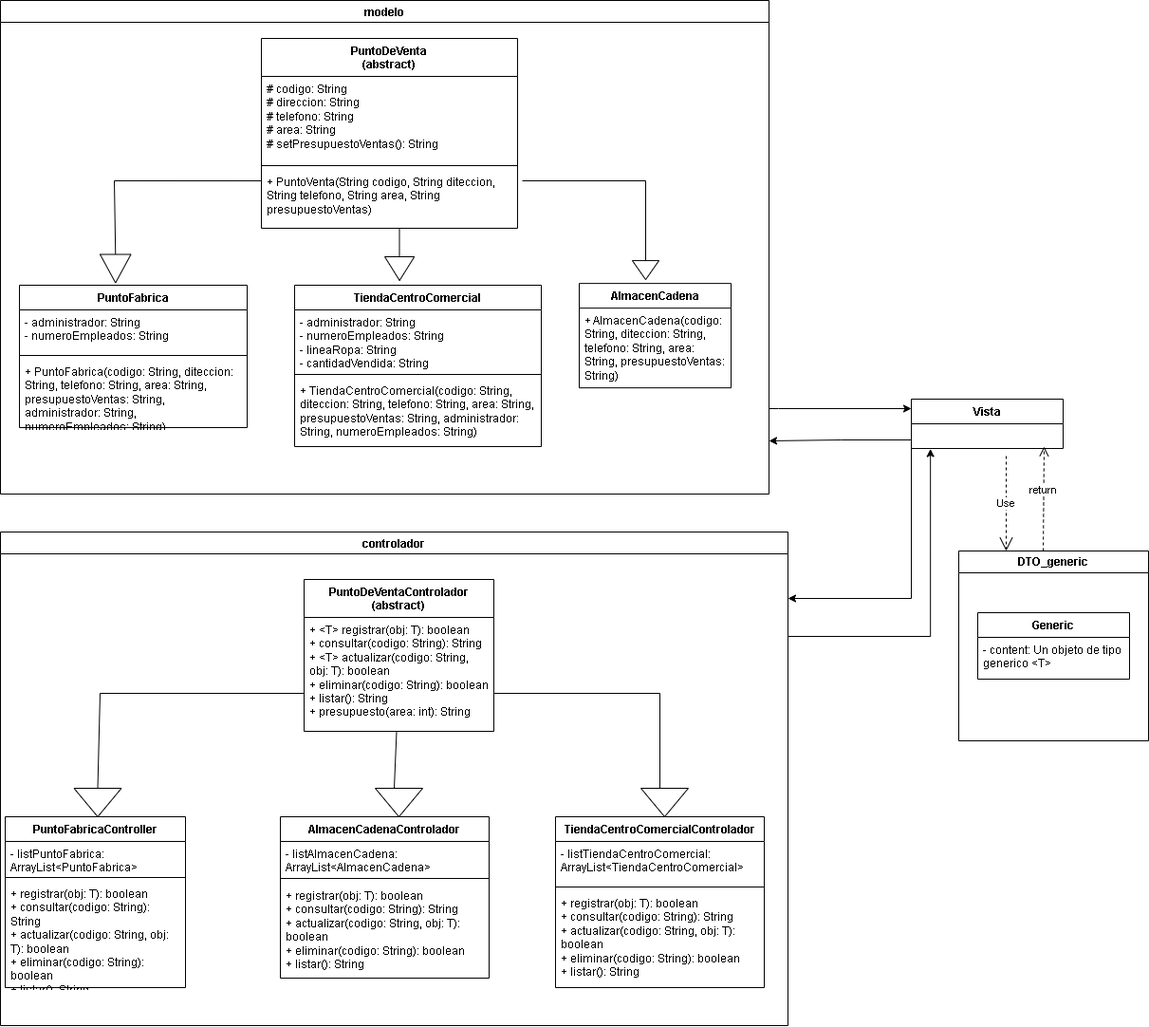
The draw.io diagram TallerFinalPunto3.drawio.png in AngelDavidGutierrez/TallerFinalPunto3, before a commit. Source tidied: cells renumbered, new cells last; positions are measured from the earlier drawing's top-left corner, leaving out a move shared by most shapes. Source of this version:
```xml
<mxGraphModel>
  <root>
    <mxCell id="0" />
    <mxCell id="1" parent="0" />
    <mxCell id="2" value="TiendaCentroComercial" style="swimlane;fontStyle=1;align=center;verticalAlign=top;horizontal=1;startSize=26;whiteSpace=wrap;html=1;" parent="1" vertex="1">
      <mxGeometry x="310" y="300" width="260" height="170" as="geometry" />
    </mxCell>
    <mxCell id="3" value="&lt;div&gt;- administrador: String&lt;/div&gt;&lt;div&gt;- numeroEmpleados: String&lt;/div&gt;&lt;div&gt;-&amp;nbsp;lineaRopa: String&lt;/div&gt;&lt;div&gt;-&amp;nbsp;cantidadVendida: String&lt;/div&gt;" style="text;strokeColor=none;fillColor=none;align=left;verticalAlign=top;spacingLeft=4;spacingRight=4;overflow=hidden;whiteSpace=wrap;html=1;" parent="2" vertex="1">
      <mxGeometry y="26" width="260" height="64" as="geometry" />
    </mxCell>
    <mxCell id="4" style="line;strokeWidth=1;fillColor=none;align=left;verticalAlign=middle;spacingTop=-1;spacingLeft=3;spacingRight=3;labelPosition=right;strokeColor=inherit;" parent="2" vertex="1">
      <mxGeometry y="90" width="260" height="8" as="geometry" />
    </mxCell>
    <mxCell id="5" value="&lt;div&gt;+&amp;nbsp;TiendaCentroComercial(codigo: String, diteccion: String, telefono: String, area: String, presupuestoVentas: String, administrador: String, numeroEmpleados: String)&lt;/div&gt;" style="text;strokeColor=none;fillColor=none;align=left;verticalAlign=top;spacingLeft=4;spacingRight=4;overflow=hidden;whiteSpace=wrap;html=1;" parent="2" vertex="1">
      <mxGeometry y="98" width="260" height="72" as="geometry" />
    </mxCell>
    <mxCell id="6" value="PuntoDeVenta&lt;div&gt;(abstract)&lt;/div&gt;" style="swimlane;fontStyle=1;align=center;verticalAlign=top;horizontal=1;startSize=40;whiteSpace=wrap;html=1;" parent="1" vertex="1">
      <mxGeometry x="275" y="40" width="270" height="200" as="geometry" />
    </mxCell>
    <mxCell id="7" value="# codigo: String&lt;div&gt;# direccion: String&lt;/div&gt;&lt;div&gt;# telefono: String&lt;/div&gt;&lt;div&gt;# area: String&lt;/div&gt;&lt;div&gt;# setPresupuestoVentas(): String&lt;/div&gt;" style="text;strokeColor=none;fillColor=none;align=left;verticalAlign=top;spacingLeft=4;spacingRight=4;overflow=hidden;whiteSpace=wrap;html=1;" parent="6" vertex="1">
      <mxGeometry y="40" width="270" height="90" as="geometry" />
    </mxCell>
    <mxCell id="8" style="line;strokeWidth=1;fillColor=none;align=left;verticalAlign=middle;spacingTop=-1;spacingLeft=3;spacingRight=3;labelPosition=right;strokeColor=inherit;" parent="6" vertex="1">
      <mxGeometry y="130" width="270" height="8" as="geometry" />
    </mxCell>
    <mxCell id="9" value="+ PuntoVenta(String codigo, String diteccion, String telefono, String area, String presupuestoVentas)" style="text;strokeColor=none;fillColor=none;align=left;verticalAlign=top;spacingLeft=4;spacingRight=4;overflow=hidden;points=[[0,0.5],[1,0.5]];portConstraint=eastwest;whiteSpace=wrap;html=1;" parent="6" vertex="1">
      <mxGeometry y="138" width="270" height="62" as="geometry" />
    </mxCell>
    <mxCell id="10" value="PuntoFabrica" style="swimlane;fontStyle=1;align=center;verticalAlign=top;horizontal=1;startSize=26;whiteSpace=wrap;html=1;" parent="1" vertex="1">
      <mxGeometry x="20" y="300" width="240" height="150" as="geometry" />
    </mxCell>
    <mxCell id="11" value="-&amp;nbsp;administrador: String&lt;div&gt;-&amp;nbsp;numeroEmpleados: String&lt;/div&gt;" style="text;strokeColor=none;fillColor=none;align=left;verticalAlign=top;spacingLeft=4;spacingRight=4;overflow=hidden;whiteSpace=wrap;html=1;" parent="10" vertex="1">
      <mxGeometry y="26" width="240" height="44" as="geometry" />
    </mxCell>
    <mxCell id="12" style="line;strokeWidth=1;fillColor=none;align=left;verticalAlign=middle;spacingTop=-1;spacingLeft=3;spacingRight=3;labelPosition=right;strokeColor=inherit;" parent="10" vertex="1">
      <mxGeometry y="70" width="240" height="8" as="geometry" />
    </mxCell>
    <mxCell id="13" value="&lt;div&gt;+&amp;nbsp;PuntoFabrica(codigo: String, diteccion: String, telefono: String, area: String, presupuestoVentas: String, administrador: String, numeroEmpleados: String)&lt;/div&gt;" style="text;strokeColor=none;fillColor=none;align=left;verticalAlign=top;spacingLeft=4;spacingRight=4;overflow=hidden;whiteSpace=wrap;html=1;" parent="10" vertex="1">
      <mxGeometry y="78" width="240" height="72" as="geometry" />
    </mxCell>
    <mxCell id="14" value="AlmacenCadenaControlador" style="swimlane;fontStyle=1;align=center;verticalAlign=top;horizontal=1;startSize=26;whiteSpace=wrap;html=1;" parent="1" vertex="1">
      <mxGeometry x="295" y="860" width="220" height="170" as="geometry" />
    </mxCell>
    <mxCell id="15" value="-&amp;nbsp;listAlmacenCadena: ArrayList&amp;lt;AlmacenCadena&amp;gt;" style="text;strokeColor=none;fillColor=none;align=left;verticalAlign=top;spacingLeft=4;spacingRight=4;overflow=hidden;whiteSpace=wrap;html=1;" parent="14" vertex="1">
      <mxGeometry y="26" width="220" height="34" as="geometry" />
    </mxCell>
    <mxCell id="16" style="line;strokeWidth=1;fillColor=none;align=left;verticalAlign=middle;spacingTop=-1;spacingLeft=3;spacingRight=3;labelPosition=right;strokeColor=inherit;" parent="14" vertex="1">
      <mxGeometry y="60" width="220" height="10" as="geometry" />
    </mxCell>
    <mxCell id="17" value="+&amp;nbsp;registrar(obj: T): boolean&lt;div&gt;+&amp;nbsp;consultar(codigo: String): String&lt;/div&gt;&lt;div&gt;+&amp;nbsp;actualizar(codigo: String, obj: T): boolean&lt;/div&gt;&lt;div&gt;+&amp;nbsp;eliminar(codigo: String): boolean&lt;/div&gt;&lt;div&gt;+&amp;nbsp;listar(): String&lt;/div&gt;" style="text;strokeColor=none;fillColor=none;align=left;verticalAlign=top;spacingLeft=4;spacingRight=4;overflow=hidden;whiteSpace=wrap;html=1;" parent="14" vertex="1">
      <mxGeometry y="70" width="220" height="100" as="geometry" />
    </mxCell>
    <mxCell id="18" value="TiendaCentroComercialControlador" style="swimlane;fontStyle=1;align=center;verticalAlign=top;horizontal=1;startSize=26;whiteSpace=wrap;html=1;" parent="1" vertex="1">
      <mxGeometry x="585" y="860" width="220" height="180" as="geometry" />
    </mxCell>
    <mxCell id="19" value="-&amp;nbsp;listTiendaCentroComercial: ArrayList&amp;lt;TiendaCentroComercial&amp;gt;" style="text;strokeColor=none;fillColor=none;align=left;verticalAlign=top;spacingLeft=4;spacingRight=4;overflow=hidden;whiteSpace=wrap;html=1;" parent="18" vertex="1">
      <mxGeometry y="26" width="220" height="44" as="geometry" />
    </mxCell>
    <mxCell id="20" style="line;strokeWidth=1;fillColor=none;align=left;verticalAlign=middle;spacingTop=-1;spacingLeft=3;spacingRight=3;labelPosition=right;strokeColor=inherit;" parent="18" vertex="1">
      <mxGeometry y="70" width="220" height="8" as="geometry" />
    </mxCell>
    <mxCell id="21" value="+&amp;nbsp;registrar(obj: T): boolean&lt;div&gt;+&amp;nbsp;consultar(codigo: String): String&lt;/div&gt;&lt;div&gt;+&amp;nbsp;actualizar(codigo: String, obj: T): boolean&lt;/div&gt;&lt;div&gt;+&amp;nbsp;eliminar(codigo: String): boolean&lt;/div&gt;&lt;div&gt;+&amp;nbsp;listar(): String&lt;/div&gt;" style="text;strokeColor=none;fillColor=none;align=left;verticalAlign=top;spacingLeft=4;spacingRight=4;overflow=hidden;whiteSpace=wrap;html=1;" parent="18" vertex="1">
      <mxGeometry y="78" width="220" height="102" as="geometry" />
    </mxCell>
    <mxCell id="22" value="PuntoFabricaController" style="swimlane;fontStyle=1;align=center;verticalAlign=top;horizontal=1;startSize=26;whiteSpace=wrap;html=1;" parent="1" vertex="1">
      <mxGeometry x="5" y="860" width="190" height="180" as="geometry" />
    </mxCell>
    <mxCell id="23" value="-&amp;nbsp;listPuntoFabrica: ArrayList&amp;lt;PuntoFabrica&amp;gt;" style="text;strokeColor=none;fillColor=none;align=left;verticalAlign=top;spacingLeft=4;spacingRight=4;overflow=hidden;whiteSpace=wrap;html=1;" parent="22" vertex="1">
      <mxGeometry y="26" width="190" height="34" as="geometry" />
    </mxCell>
    <mxCell id="24" style="line;strokeWidth=1;fillColor=none;align=left;verticalAlign=middle;spacingTop=-1;spacingLeft=3;spacingRight=3;labelPosition=right;strokeColor=inherit;" parent="22" vertex="1">
      <mxGeometry y="60" width="190" height="8" as="geometry" />
    </mxCell>
    <mxCell id="25" value="+&amp;nbsp;registrar(obj: T): boolean&lt;div&gt;+&amp;nbsp;consultar(codigo: String): String&lt;/div&gt;&lt;div&gt;+&amp;nbsp;actualizar(codigo: String, obj: T): boolean&lt;/div&gt;&lt;div&gt;+&amp;nbsp;eliminar(codigo: String): boolean&lt;/div&gt;&lt;div&gt;+&amp;nbsp;listar(): String&lt;/div&gt;" style="text;strokeColor=none;fillColor=none;align=left;verticalAlign=top;spacingLeft=4;spacingRight=4;overflow=hidden;whiteSpace=wrap;html=1;" parent="22" vertex="1">
      <mxGeometry y="68" width="190" height="112" as="geometry" />
    </mxCell>
    <mxCell id="26" value="modelo" style="swimlane;" parent="1" vertex="1">
      <mxGeometry width="810" height="520" as="geometry" />
    </mxCell>
    <mxCell id="27" style="triangle;whiteSpace=wrap;html=1;rotation=90;" parent="26" vertex="1">
      <mxGeometry x="408.1" y="266.9" width="25" height="31.2" as="geometry" />
    </mxCell>
    <mxCell id="28" style="endArrow=none;html=1;rounded=0;" parent="26" edge="1">
      <mxGeometry relative="1" as="geometry">
        <mxPoint x="420.5" y="270" as="sourcePoint" />
        <mxPoint x="420.5" y="240" as="targetPoint" />
      </mxGeometry>
    </mxCell>
    <mxCell id="29" style="triangle;whiteSpace=wrap;html=1;rotation=90;" parent="26" vertex="1">
      <mxGeometry x="670" y="270" width="20" height="28.1" as="geometry" />
    </mxCell>
    <mxCell id="30" value="AlmacenCadena" style="swimlane;fontStyle=1;align=center;verticalAlign=top;horizontal=1;startSize=26;whiteSpace=wrap;html=1;" parent="26" vertex="1">
      <mxGeometry x="610" y="298.1" width="160" height="110" as="geometry" />
    </mxCell>
    <mxCell id="31" value="+&amp;nbsp;AlmacenCadena(codigo: String, diteccion: String, telefono: String, area: String, presupuestoVentas: String)&amp;nbsp;" style="text;strokeColor=none;fillColor=none;align=left;verticalAlign=top;spacingLeft=4;spacingRight=4;overflow=hidden;whiteSpace=wrap;html=1;" parent="30" vertex="1">
      <mxGeometry y="26" width="160" height="84" as="geometry" />
    </mxCell>
    <mxCell id="32" style="triangle;whiteSpace=wrap;html=1;rotation=90;" parent="26" vertex="1">
      <mxGeometry x="106.3" y="266.3" width="30" height="32.5" as="geometry" />
    </mxCell>
    <mxCell id="33" style="edgeStyle=orthogonalEdgeStyle;rounded=0;orthogonalLoop=1;jettySize=auto;html=1;entryX=0.126;entryY=1.019;entryDx=0;entryDy=0;entryPerimeter=0;" parent="1" edge="1">
      <mxGeometry relative="1" as="geometry">
        <mxPoint x="830" y="670" as="sourcePoint" />
        <mxPoint x="980.2" y="472.5" as="targetPoint" />
        <Array as="points">
          <mxPoint x="980" y="670" />
        </Array>
      </mxGeometry>
    </mxCell>
    <mxCell id="34" value="controlador" style="swimlane;" parent="1" vertex="1">
      <mxGeometry y="560" width="830" height="520" as="geometry" />
    </mxCell>
    <mxCell id="35" style="endArrow=none;html=1;rounded=0;exitX=0;exitY=0.5;exitDx=0;exitDy=0;" parent="34" edge="1" source="36">
      <mxGeometry relative="1" as="geometry">
        <mxPoint x="320" y="170" as="targetPoint" />
        <Array as="points">
          <mxPoint x="105" y="170" />
        </Array>
      </mxGeometry>
    </mxCell>
    <mxCell id="36" style="triangle;whiteSpace=wrap;html=1;rotation=90;" parent="34" vertex="1">
      <mxGeometry x="87.5" y="260" width="30" height="50" as="geometry" />
    </mxCell>
    <mxCell id="37" value="PuntoDeVentaControlador&lt;div&gt;(abstract)&lt;/div&gt;" style="swimlane;fontStyle=1;align=center;verticalAlign=top;horizontal=1;startSize=40;whiteSpace=wrap;html=1;" parent="34" vertex="1">
      <mxGeometry x="320" y="50" width="200" height="160" as="geometry" />
    </mxCell>
    <mxCell id="38" value="+ &amp;lt;T&amp;gt; registrar(obj: T): boolean&lt;div&gt;+ consultar(codigo: String): String&lt;/div&gt;&lt;div&gt;+ &amp;lt;T&amp;gt; actualizar(codigo: String, obj: T): boolean&lt;/div&gt;&lt;div&gt;+&amp;nbsp;eliminar(codigo: String): boolean&lt;/div&gt;&lt;div&gt;+&amp;nbsp;listar(): String&lt;/div&gt;&lt;div&gt;+&amp;nbsp;presupuesto(area: int): String&lt;/div&gt;" style="text;strokeColor=none;fillColor=none;align=left;verticalAlign=top;spacingLeft=4;spacingRight=4;overflow=hidden;points=[[0,0.5],[1,0.5]];portConstraint=eastwest;whiteSpace=wrap;html=1;" parent="37" vertex="1">
      <mxGeometry y="40" width="200" height="120" as="geometry" />
    </mxCell>
    <mxCell id="39" style="triangle;whiteSpace=wrap;html=1;rotation=90;" parent="34" vertex="1">
      <mxGeometry x="685" y="260" width="30" height="50" as="geometry" />
    </mxCell>
    <mxCell id="40" style="triangle;whiteSpace=wrap;html=1;rotation=90;" parent="34" vertex="1">
      <mxGeometry x="405" y="260" width="30" height="50" as="geometry" />
    </mxCell>
    <mxCell id="41" style="endArrow=none;html=1;rounded=0;exitX=0;exitY=0.5;exitDx=0;exitDy=0;" parent="1" edge="1" source="29">
      <mxGeometry relative="1" as="geometry">
        <mxPoint x="550" y="190" as="targetPoint" />
        <Array as="points">
          <mxPoint x="680" y="190" />
        </Array>
      </mxGeometry>
    </mxCell>
    <mxCell id="42" style="endArrow=none;html=1;rounded=0;entryX=-0.001;entryY=0.194;entryDx=0;entryDy=0;entryPerimeter=0;exitX=0;exitY=0.5;exitDx=0;exitDy=0;" parent="1" edge="1" source="32" target="9">
      <mxGeometry relative="1" as="geometry">
        <Array as="points">
          <mxPoint x="120" y="190" />
        </Array>
      </mxGeometry>
    </mxCell>
    <mxCell id="43" style="endArrow=none;html=1;rounded=0;" parent="1" edge="1">
      <mxGeometry relative="1" as="geometry">
        <mxPoint x="520" y="730" as="sourcePoint" />
        <mxPoint x="695" y="830" as="targetPoint" />
        <Array as="points">
          <mxPoint x="695" y="730" />
        </Array>
      </mxGeometry>
    </mxCell>
    <mxCell id="44" style="endArrow=none;html=1;rounded=0;" parent="1" edge="1" source="38">
      <mxGeometry relative="1" as="geometry">
        <mxPoint x="415" y="830" as="targetPoint" />
      </mxGeometry>
    </mxCell>
    <mxCell id="45" value="Generic" style="swimlane;fontStyle=1;align=center;verticalAlign=top;horizontal=1;startSize=26;whiteSpace=wrap;html=1;" parent="1" vertex="1">
      <mxGeometry x="1030" y="645" width="160" height="70" as="geometry" />
    </mxCell>
    <mxCell id="46" value="- content: Un objeto de tipo generico &amp;lt;T&amp;gt;" style="text;strokeColor=none;fillColor=none;align=left;verticalAlign=top;spacingLeft=4;spacingRight=4;overflow=hidden;whiteSpace=wrap;html=1;" parent="45" vertex="1">
      <mxGeometry y="26" width="160" height="44" as="geometry" />
    </mxCell>
    <mxCell id="47" value="DTO_generic" style="swimlane;whiteSpace=wrap;html=1;" parent="1" vertex="1">
      <mxGeometry x="1010" y="580" width="200" height="200" as="geometry" />
    </mxCell>
    <mxCell id="48" style="edgeStyle=orthogonalEdgeStyle;rounded=0;jettySize=auto;html=1;" parent="1" edge="1" source="49">
      <mxGeometry relative="1" as="geometry">
        <mxPoint x="810" y="463" as="targetPoint" />
        <Array as="points">
          <mxPoint x="886" y="463" />
          <mxPoint x="810" y="464" />
        </Array>
      </mxGeometry>
    </mxCell>
    <mxCell id="49" value="Vista" style="swimlane;fontStyle=1;align=center;verticalAlign=top;horizontal=1;startSize=26;whiteSpace=wrap;html=1;" parent="1" vertex="1">
      <mxGeometry x="960" y="420" width="160" height="52" as="geometry" />
    </mxCell>
    <mxCell id="50" style="edgeStyle=orthogonalEdgeStyle;rounded=0;orthogonalLoop=1;jettySize=auto;html=1;" parent="1" edge="1">
      <mxGeometry relative="1" as="geometry">
        <mxPoint x="810" y="430" as="sourcePoint" />
        <mxPoint x="960" y="430" as="targetPoint" />
        <Array as="points">
          <mxPoint x="820" y="430" />
        </Array>
      </mxGeometry>
    </mxCell>
    <mxCell id="51" style="edgeStyle=orthogonalEdgeStyle;rounded=0;orthogonalLoop=1;jettySize=auto;html=1;" parent="1" edge="1">
      <mxGeometry relative="1" as="geometry">
        <mxPoint x="1040.1" y="472" as="sourcePoint" />
        <mxPoint x="830" y="630" as="targetPoint" />
        <Array as="points">
          <mxPoint x="960" y="472" />
          <mxPoint x="960" y="630" />
        </Array>
      </mxGeometry>
    </mxCell>
    <mxCell id="52" value="Use" style="endArrow=open;endSize=12;dashed=1;html=1;rounded=0;entryX=0.25;entryY=0;entryDx=0;entryDy=0;" parent="1" edge="1" target="47">
      <mxGeometry relative="1" as="geometry">
        <mxPoint x="1060" y="480" as="sourcePoint" />
      </mxGeometry>
    </mxCell>
    <mxCell id="53" value="return" style="html=1;verticalAlign=bottom;endArrow=open;dashed=1;endSize=8;curved=0;rounded=0;" parent="1" edge="1">
      <mxGeometry relative="1" as="geometry">
        <mxPoint x="1099" y="580" as="sourcePoint" />
        <mxPoint x="1100" y="470" as="targetPoint" />
      </mxGeometry>
    </mxCell>
  </root>
</mxGraphModel>
```
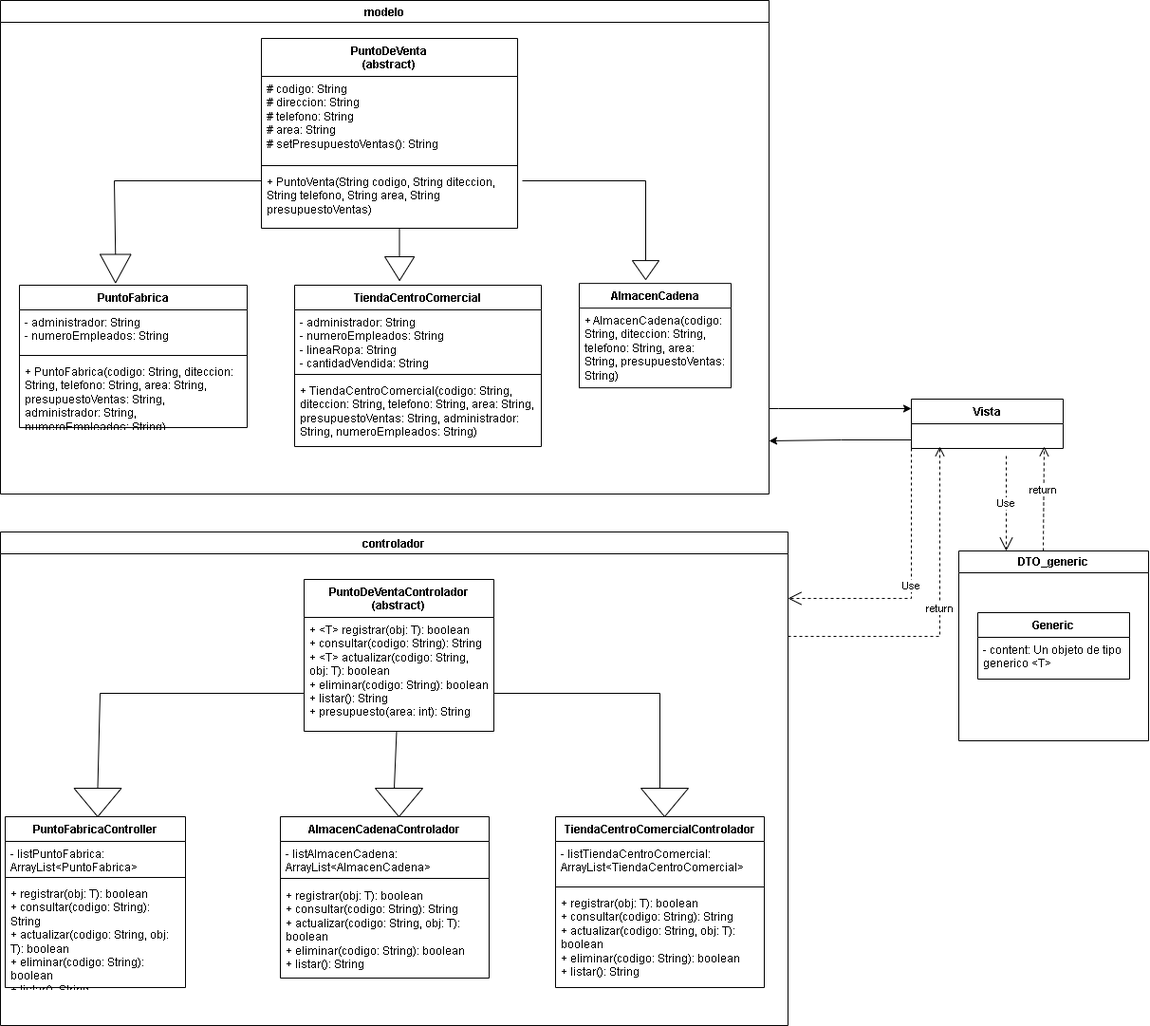
Above is the later version.

Diff of the diagram source:
```diff
@@ -98,15 +98,6 @@
     <mxCell id="32" style="triangle;whiteSpace=wrap;html=1;rotation=90;" parent="26" vertex="1">
       <mxGeometry x="106.3" y="266.3" width="30" height="32.5" as="geometry" />
     </mxCell>
-    <mxCell id="33" style="edgeStyle=orthogonalEdgeStyle;rounded=0;orthogonalLoop=1;jettySize=auto;html=1;entryX=0.126;entryY=1.019;entryDx=0;entryDy=0;entryPerimeter=0;" parent="1" edge="1">
-      <mxGeometry relative="1" as="geometry">
-        <mxPoint x="830" y="670" as="sourcePoint" />
-        <mxPoint x="980.2" y="472.5" as="targetPoint" />
-        <Array as="points">
-          <mxPoint x="980" y="670" />
-        </Array>
-      </mxGeometry>
-    </mxCell>
     <mxCell id="34" value="controlador" style="swimlane;" parent="1" vertex="1">
       <mxGeometry y="560" width="830" height="520" as="geometry" />
     </mxCell>
@@ -192,16 +183,6 @@
         </Array>
       </mxGeometry>
     </mxCell>
-    <mxCell id="51" style="edgeStyle=orthogonalEdgeStyle;rounded=0;orthogonalLoop=1;jettySize=auto;html=1;" parent="1" edge="1">
-      <mxGeometry relative="1" as="geometry">
-        <mxPoint x="1040.1" y="472" as="sourcePoint" />
-        <mxPoint x="830" y="630" as="targetPoint" />
-        <Array as="points">
-          <mxPoint x="960" y="472" />
-          <mxPoint x="960" y="630" />
-        </Array>
-      </mxGeometry>
-    </mxCell>
     <mxCell id="52" value="Use" style="endArrow=open;endSize=12;dashed=1;html=1;rounded=0;entryX=0.25;entryY=0;entryDx=0;entryDy=0;" parent="1" edge="1" target="47">
       <mxGeometry relative="1" as="geometry">
         <mxPoint x="1060" y="480" as="sourcePoint" />
@@ -213,5 +194,22 @@
         <mxPoint x="1100" y="470" as="targetPoint" />
       </mxGeometry>
     </mxCell>
+    <mxCell id="54" value="Use" style="endArrow=open;endSize=12;dashed=1;html=1;rounded=0;exitX=0;exitY=1;exitDx=0;exitDy=0;" parent="1" edge="1" source="49">
+      <mxGeometry relative="1" as="geometry">
+        <mxPoint x="830" y="630" as="targetPoint" />
+        <Array as="points">
+          <mxPoint x="960" y="630" />
+        </Array>
+      </mxGeometry>
+    </mxCell>
+    <mxCell id="55" value="return" style="html=1;verticalAlign=bottom;endArrow=open;dashed=1;endSize=8;curved=0;rounded=0;" parent="1" edge="1">
+      <mxGeometry relative="1" as="geometry">
+        <mxPoint x="830" y="670" as="sourcePoint" />
+        <mxPoint x="990" y="470" as="targetPoint" />
+        <Array as="points">
+          <mxPoint x="990" y="670" />
+        </Array>
+      </mxGeometry>
+    </mxCell>
   </root>
 </mxGraphModel>
```
